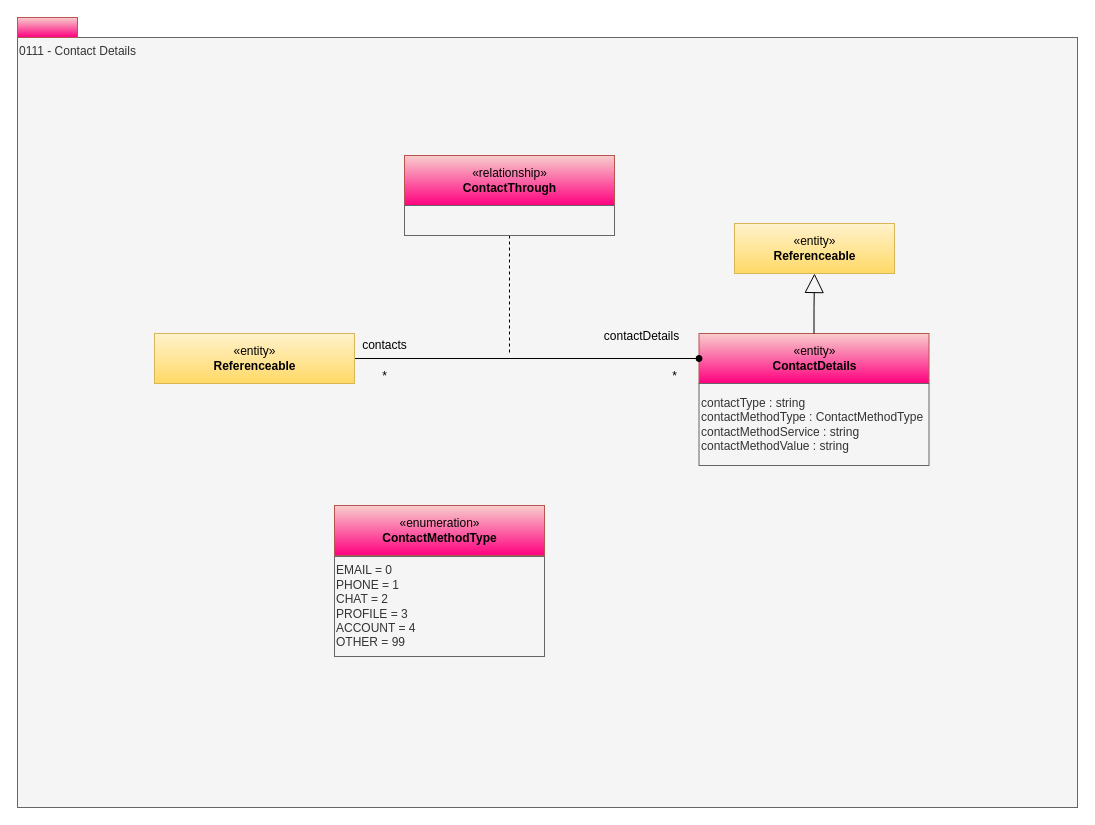
odpi/egeria-docs keeps this draw.io diagram as page "0111-Contact-Details" (3 of 16) of site/docs/types/1/area-1-collaboration.drawio. Above is the earlier version. Source tidied: cells renumbered, new cells numbered last; positions are measured from the earlier drawing's top-left corner, leaving out a move shared by most shapes. Both pictures are drawn from the tidied source at 100%, with x=0, y=0 at pixel (17, 17).
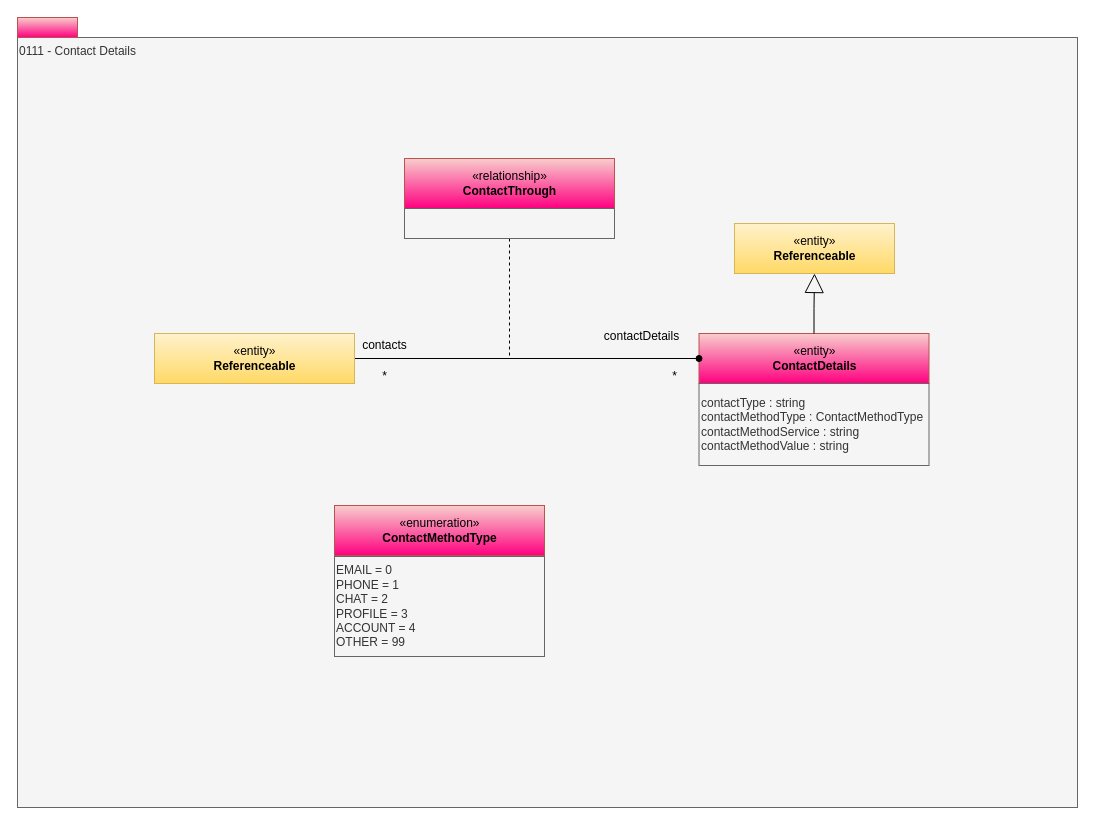
Above is the later version.

Diff of the diagram source:
```diff
@@
 <mxGraphModel>
   <root>
     <mxCell id="0" />
     <mxCell id="1" parent="0" />
     <mxCell id="2" value="0111 - Contact Details" style="rounded=0;whiteSpace=wrap;html=1;align=left;verticalAlign=top;fillColor=#f5f5f5;fontColor=#333333;strokeColor=#666666;" parent="1" vertex="1">
       <mxGeometry y="20" width="1060" height="770" as="geometry" />
     </mxCell>
     <mxCell id="3" style="html=1;strokeColor=#b85450;align=center;fillColor=#f8cecc;gradientColor=#FF0080;" parent="1" vertex="1">
       <mxGeometry width="60" height="20" as="geometry" />
     </mxCell>
     <mxCell id="4" value="«entity»&lt;br&gt;&lt;b&gt;Referenceable&lt;/b&gt;" style="html=1;strokeColor=#d6b656;align=center;fillColor=#fff2cc;gradientColor=#ffd966;" parent="1" vertex="1">
       <mxGeometry x="717" y="206" width="160" height="50" as="geometry" />
     </mxCell>
     <mxCell id="5" value="«enumeration»&lt;br&gt;&lt;span&gt;&lt;b&gt;ContactMethodType&lt;/b&gt;&lt;/span&gt;&lt;br&gt;" style="html=1;strokeColor=#b85450;align=center;fillColor=#f8cecc;gradientColor=#FF0080;" parent="1" vertex="1">
       <mxGeometry x="317" y="488" width="210" height="50" as="geometry" />
     </mxCell>
     <mxCell id="6" value="&lt;div style=&quot;text-align: left&quot;&gt;EMAIL = 0&lt;/div&gt;&lt;div style=&quot;text-align: left&quot;&gt;PHONE = 1&lt;/div&gt;&lt;div style=&quot;text-align: left&quot;&gt;CHAT = 2&lt;/div&gt;&lt;div style=&quot;text-align: left&quot;&gt;PROFILE = 3&lt;/div&gt;&lt;div style=&quot;text-align: left&quot;&gt;ACCOUNT = 4&lt;/div&gt;&lt;div style=&quot;text-align: left&quot;&gt;OTHER = 99&lt;/div&gt;" style="rounded=0;whiteSpace=wrap;html=1;strokeColor=#666666;align=left;fillColor=#f5f5f5;fontColor=#333333;" parent="1" vertex="1">
       <mxGeometry x="317" y="539" width="210" height="100" as="geometry" />
     </mxCell>
     <mxCell id="7" value="«entity»&lt;br&gt;&lt;b&gt;ContactDetails&lt;/b&gt;" style="html=1;strokeColor=#b85450;align=center;fillColor=#f8cecc;gradientColor=#FF0080;" parent="1" vertex="1">
       <mxGeometry x="681.5" y="316" width="230" height="50" as="geometry" />
     </mxCell>
     <mxCell id="8" value="contactType : string&lt;br&gt;contactMethodType : ContactMethodType&lt;br&gt;contactMethodService : string&lt;br&gt;contactMethodValue : string" style="rounded=0;whiteSpace=wrap;html=1;align=left;fillColor=#f5f5f5;fontColor=#333333;strokeColor=#666666;" parent="1" vertex="1">
       <mxGeometry x="681.5" y="366" width="230" height="82" as="geometry" />
     </mxCell>
     <mxCell id="9" style="edgeStyle=orthogonalEdgeStyle;rounded=0;html=1;exitX=0.5;exitY=1;endArrow=none;endFill=0;jettySize=auto;dashed=1;exitDx=0;exitDy=0;" parent="1" edge="1" source="11">
       <mxGeometry relative="1" as="geometry">
-        <mxPoint x="492" y="338" as="targetPoint" />
+        <mxPoint x="492" y="341" as="targetPoint" />
       </mxGeometry>
     </mxCell>
     <mxCell id="10" value="«relationship»&lt;br&gt;&lt;b&gt;ContactThrough&lt;/b&gt;" style="html=1;strokeColor=#b85450;align=center;fillColor=#f8cecc;gradientColor=#FF0080;" parent="1" vertex="1">
-      <mxGeometry x="387" y="138" width="210" height="50" as="geometry" />
+      <mxGeometry x="387" y="141" width="210" height="50" as="geometry" />
     </mxCell>
     <mxCell id="11" style="rounded=0;whiteSpace=wrap;html=1;strokeColor=#666666;align=left;fillColor=#f5f5f5;fontColor=#333333;" parent="1" vertex="1">
-      <mxGeometry x="387" y="188" width="210" height="30" as="geometry" />
+      <mxGeometry x="387" y="191" width="210" height="30" as="geometry" />
     </mxCell>
     <mxCell id="12" value="*" style="text;html=1;align=center;verticalAlign=top;spacingTop=-4;" parent="1" vertex="1">
       <mxGeometry x="647" y="349" width="20" height="20" as="geometry" />
     </mxCell>
     <mxCell id="13" value="contactDetails" style="text;html=1;align=center;verticalAlign=top;spacingTop=-4;" parent="1" vertex="1">
       <mxGeometry x="579" y="309" width="90" height="20" as="geometry" />
     </mxCell>
-    <mxCell id="14" style="edgeStyle=orthogonalEdgeStyle;rounded=0;html=1;endArrow=oval;endFill=1;jettySize=auto;entryX=0;entryY=0.5;entryDx=0;entryDy=0;" parent="1" edge="1" source="17" target="7">
+    <mxCell id="14" style="edgeStyle=orthogonalEdgeStyle;rounded=0;html=1;endArrow=oval;endFill=1;jettySize=auto;entryX=0;entryY=0.5;entryDx=0;entryDy=0;exitX=1;exitY=0.5;exitDx=0;exitDy=0;" parent="1" edge="1" source="17" target="7">
       <mxGeometry relative="1" as="geometry" />
     </mxCell>
     <mxCell id="15" style="edgeStyle=orthogonalEdgeStyle;rounded=0;jettySize=auto;html=1;exitX=0.5;exitY=0;exitDx=0;exitDy=0;endArrow=block;endFill=0;endSize=17;entryX=0.5;entryY=1;entryDx=0;entryDy=0;" parent="1" edge="1" source="7" target="4">
       <mxGeometry relative="1" as="geometry" />
     </mxCell>
     <mxCell id="16" value="*" style="text;html=1;align=center;verticalAlign=top;spacingTop=-4;" parent="1" vertex="1">
       <mxGeometry x="357" y="349" width="20" height="20" as="geometry" />
     </mxCell>
     <mxCell id="17" value="«entity»&lt;br&gt;&lt;b&gt;Referenceable&lt;/b&gt;" style="html=1;strokeColor=#d6b656;align=center;fillColor=#fff2cc;gradientColor=#ffd966;" parent="1" vertex="1">
       <mxGeometry x="137" y="316" width="200" height="50" as="geometry" />
     </mxCell>
     <mxCell id="18" value="contacts" style="text;html=1;align=center;verticalAlign=top;spacingTop=-4;" parent="1" vertex="1">
       <mxGeometry x="337" y="318" width="60" height="20" as="geometry" />
     </mxCell>
   </root>
 </mxGraphModel>
```
